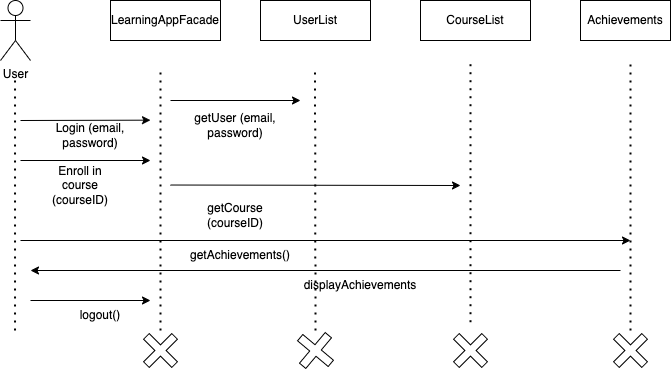
The draw.io diagram docs/UMLseq.png in aryananand0/CSCE247-GroupProject, before a commit. Source tidied: cells renumbered, new cells last; positions are measured from the earlier drawing's top-left corner, leaving out a move shared by most shapes. The source it was exported from:
```xml
<mxGraphModel>
  <root>
    <mxCell id="0" />
    <mxCell id="1" parent="0" />
    <mxCell id="2" value="User" style="shape=umlActor;verticalLabelPosition=bottom;verticalAlign=top;html=1;" parent="1" vertex="1">
      <mxGeometry width="30" height="60" as="geometry" />
    </mxCell>
    <mxCell id="3" style="endArrow=none;dashed=1;html=1;dashPattern=1 3;strokeWidth=2;" parent="1" edge="1">
      <mxGeometry relative="1" as="geometry">
        <mxPoint x="14.5" y="330" as="sourcePoint" />
        <mxPoint x="14.5" y="80" as="targetPoint" />
      </mxGeometry>
    </mxCell>
    <mxCell id="4" style="edgeStyle=none;html=1;" parent="1" edge="1">
      <mxGeometry relative="1" as="geometry">
        <mxPoint x="20" y="120" as="sourcePoint" />
        <mxPoint x="150" y="119.7" as="targetPoint" />
      </mxGeometry>
    </mxCell>
    <mxCell id="5" value="Login (email, password)" style="text;html=1;strokeColor=none;fillColor=none;align=center;verticalAlign=middle;whiteSpace=wrap;rounded=0;" parent="1" vertex="1">
      <mxGeometry x="50" y="120" width="80" height="30" as="geometry" />
    </mxCell>
    <mxCell id="6" value="Enroll in course (courseID)" style="text;html=1;strokeColor=none;fillColor=none;align=center;verticalAlign=middle;whiteSpace=wrap;rounded=0;" parent="1" vertex="1">
      <mxGeometry x="40" y="170" width="80" height="30" as="geometry" />
    </mxCell>
    <mxCell id="7" value="LearningAppFacade" style="rounded=0;whiteSpace=wrap;html=1;" parent="1" vertex="1">
      <mxGeometry x="110" width="110" height="40" as="geometry" />
    </mxCell>
    <mxCell id="8" style="endArrow=none;dashed=1;html=1;dashPattern=1 3;strokeWidth=2;" parent="1" edge="1">
      <mxGeometry relative="1" as="geometry">
        <mxPoint x="160" y="330" as="sourcePoint" />
        <mxPoint x="160" y="70" as="targetPoint" />
      </mxGeometry>
    </mxCell>
    <mxCell id="9" style="endArrow=classic;html=1;" parent="1" edge="1">
      <mxGeometry relative="1" as="geometry">
        <mxPoint x="20" y="160" as="sourcePoint" />
        <mxPoint x="150" y="160" as="targetPoint" />
      </mxGeometry>
    </mxCell>
    <mxCell id="10" value="UserList" style="rounded=0;whiteSpace=wrap;html=1;" parent="1" vertex="1">
      <mxGeometry x="260" width="110" height="40" as="geometry" />
    </mxCell>
    <mxCell id="11" style="endArrow=none;dashed=1;html=1;dashPattern=1 3;strokeWidth=2;" parent="1" edge="1">
      <mxGeometry relative="1" as="geometry">
        <mxPoint x="315" y="330" as="sourcePoint" />
        <mxPoint x="314.5" y="70" as="targetPoint" />
      </mxGeometry>
    </mxCell>
    <mxCell id="12" style="endArrow=classic;html=1;" parent="1" edge="1">
      <mxGeometry relative="1" as="geometry">
        <mxPoint x="170" y="100" as="sourcePoint" />
        <mxPoint x="300" y="100" as="targetPoint" />
      </mxGeometry>
    </mxCell>
    <mxCell id="13" value="getUser (email, password)" style="text;html=1;strokeColor=none;fillColor=none;align=center;verticalAlign=middle;whiteSpace=wrap;rounded=0;" parent="1" vertex="1">
      <mxGeometry x="190" y="110" width="90" height="30" as="geometry" />
    </mxCell>
    <mxCell id="14" style="endArrow=classic;html=1;" parent="1" edge="1">
      <mxGeometry relative="1" as="geometry">
        <mxPoint x="170" y="184.5" as="sourcePoint" />
        <mxPoint x="460" y="185" as="targetPoint" />
      </mxGeometry>
    </mxCell>
    <mxCell id="15" value="getCourse (courseID)" style="text;html=1;strokeColor=none;fillColor=none;align=center;verticalAlign=middle;whiteSpace=wrap;rounded=0;" parent="1" vertex="1">
      <mxGeometry x="205" y="200" width="60" height="30" as="geometry" />
    </mxCell>
    <mxCell id="16" style="shape=cross;whiteSpace=wrap;html=1;rotation=45;" parent="1" vertex="1">
      <mxGeometry x="140" y="330" width="40" height="40" as="geometry" />
    </mxCell>
    <mxCell id="17" style="shape=cross;whiteSpace=wrap;html=1;size=0.2047619047619122;rotation=40;" parent="1" vertex="1">
      <mxGeometry x="295" y="330" width="40" height="40" as="geometry" />
    </mxCell>
    <mxCell id="18" value="CourseList" style="rounded=0;whiteSpace=wrap;html=1;" parent="1" vertex="1">
      <mxGeometry x="420" width="110" height="40" as="geometry" />
    </mxCell>
    <mxCell id="19" style="endArrow=none;dashed=1;html=1;dashPattern=1 3;strokeWidth=2;" parent="1" edge="1" source="20">
      <mxGeometry relative="1" as="geometry">
        <mxPoint x="470" y="60" as="targetPoint" />
      </mxGeometry>
    </mxCell>
    <mxCell id="20" style="shape=cross;whiteSpace=wrap;html=1;rotation=45;" parent="1" vertex="1">
      <mxGeometry x="450" y="330" width="40" height="40" as="geometry" />
    </mxCell>
    <mxCell id="21" value="Achievements" style="rounded=0;whiteSpace=wrap;html=1;" parent="1" vertex="1">
      <mxGeometry x="580" width="90" height="40" as="geometry" />
    </mxCell>
    <mxCell id="22" style="endArrow=none;dashed=1;html=1;dashPattern=1 3;strokeWidth=2;" parent="1" edge="1">
      <mxGeometry relative="1" as="geometry">
        <mxPoint x="630" y="330" as="sourcePoint" />
        <mxPoint x="630" y="60" as="targetPoint" />
      </mxGeometry>
    </mxCell>
    <mxCell id="23" style="shape=cross;whiteSpace=wrap;html=1;rotation=45;" parent="1" vertex="1">
      <mxGeometry x="610" y="330" width="40" height="40" as="geometry" />
    </mxCell>
    <mxCell id="24" style="endArrow=classic;html=1;" parent="1" edge="1">
      <mxGeometry relative="1" as="geometry">
        <mxPoint x="20" y="240" as="sourcePoint" />
        <mxPoint x="630" y="240" as="targetPoint" />
      </mxGeometry>
    </mxCell>
    <mxCell id="25" value="getAchievements()" style="text;html=1;strokeColor=none;fillColor=none;align=center;verticalAlign=middle;whiteSpace=wrap;rounded=0;" parent="1" vertex="1">
      <mxGeometry x="210" y="240" width="60" height="30" as="geometry" />
    </mxCell>
    <mxCell id="26" style="endArrow=classic;html=1;" parent="1" edge="1">
      <mxGeometry relative="1" as="geometry">
        <mxPoint x="620" y="270" as="sourcePoint" />
        <mxPoint x="30" y="270" as="targetPoint" />
      </mxGeometry>
    </mxCell>
    <mxCell id="27" value="displayAchievements" style="text;html=1;strokeColor=none;fillColor=none;align=center;verticalAlign=middle;whiteSpace=wrap;rounded=0;" parent="1" vertex="1">
      <mxGeometry x="330" y="270" width="60" height="30" as="geometry" />
    </mxCell>
    <mxCell id="28" style="endArrow=classic;html=1;" parent="1" edge="1">
      <mxGeometry relative="1" as="geometry">
        <mxPoint x="30" y="300" as="sourcePoint" />
        <mxPoint x="150" y="300" as="targetPoint" />
      </mxGeometry>
    </mxCell>
    <mxCell id="29" value="logout()" style="text;html=1;strokeColor=none;fillColor=none;align=center;verticalAlign=middle;whiteSpace=wrap;rounded=0;" parent="1" vertex="1">
      <mxGeometry x="70" y="300" width="60" height="30" as="geometry" />
    </mxCell>
  </root>
</mxGraphModel>
```
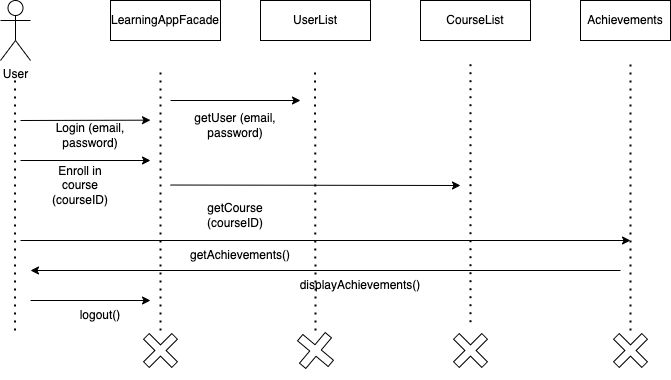
Above is the later version.

Commit message:
Adding UML sequence diagram

Diff of the diagram source:
```diff
@@ -109,7 +109,7 @@
         <mxPoint x="30" y="270" as="targetPoint" />
       </mxGeometry>
     </mxCell>
-    <mxCell id="27" value="displayAchievements" style="text;html=1;strokeColor=none;fillColor=none;align=center;verticalAlign=middle;whiteSpace=wrap;rounded=0;" parent="1" vertex="1">
+    <mxCell id="27" value="displayAchievements()" style="text;html=1;strokeColor=none;fillColor=none;align=center;verticalAlign=middle;whiteSpace=wrap;rounded=0;" parent="1" vertex="1">
       <mxGeometry x="330" y="270" width="60" height="30" as="geometry" />
     </mxCell>
     <mxCell id="28" style="endArrow=classic;html=1;" parent="1" edge="1">
```
